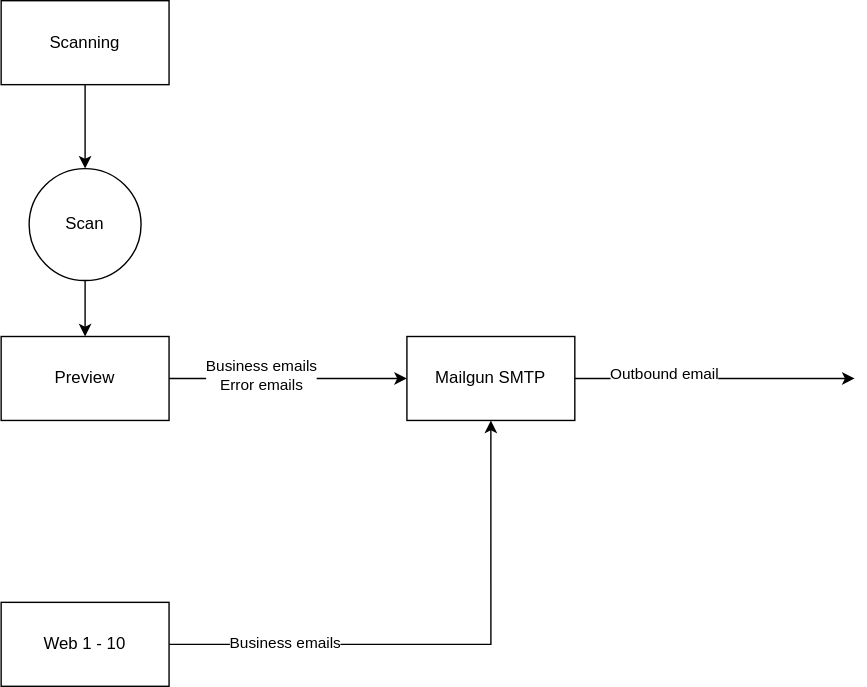
Earlier version of the draw.io export mailgununderstanding.svg (vjavle/invoicecloud). Source tidied: cells renumbered, new cells last; positions are measured from the earlier drawing's top-left corner, leaving out a move shared by most shapes.
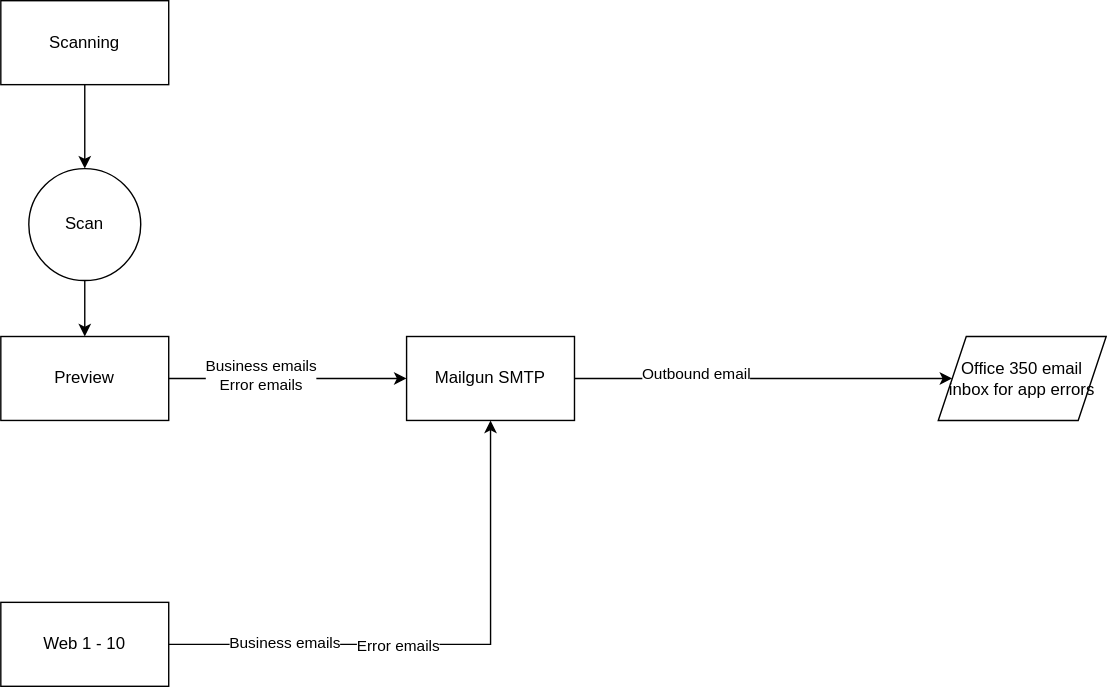
After the commit.

Diff of the diagram source:
```diff
@@ -17,6 +17,9 @@
     <mxCell id="6" value="Business emails" style="edgeLabel;html=1;align=center;verticalAlign=middle;" parent="5" vertex="1">
       <mxGeometry x="-0.58" y="1" relative="1" as="geometry" />
     </mxCell>
+    <mxCell id="15" value="Error emails" style="edgeLabel;html=1;align=center;verticalAlign=middle;" parent="5" vertex="1">
+      <mxGeometry x="-0.16" y="-1" relative="1" as="geometry" />
+    </mxCell>
     <mxCell id="7" value="Web 1 - 10" style="rounded=0;whiteSpace=wrap;html=1;" parent="1" vertex="1">
       <mxGeometry y="430" width="120" height="60" as="geometry" />
     </mxCell>
@@ -26,10 +29,8 @@
     <mxCell id="9" value="Scanning" style="rounded=0;whiteSpace=wrap;html=1;" parent="1" vertex="1">
       <mxGeometry width="120" height="60" as="geometry" />
     </mxCell>
-    <mxCell id="10" style="edgeStyle=orthogonalEdgeStyle;rounded=0;jettySize=auto;html=1;" parent="1" edge="1" source="12">
-      <mxGeometry relative="1" as="geometry">
-        <mxPoint x="610" y="270" as="targetPoint" />
-      </mxGeometry>
+    <mxCell id="10" style="edgeStyle=orthogonalEdgeStyle;rounded=0;jettySize=auto;html=1;" parent="1" edge="1" source="12" target="16">
+      <mxGeometry relative="1" as="geometry" />
     </mxCell>
     <mxCell id="11" value="Outbound email" style="edgeLabel;html=1;align=center;verticalAlign=middle;" parent="10" vertex="1">
       <mxGeometry x="-0.36" y="3" relative="1" as="geometry" />
@@ -43,5 +44,8 @@
     <mxCell id="14" value="Scan" style="ellipse;whiteSpace=wrap;html=1;" parent="1" vertex="1">
       <mxGeometry x="20" y="120" width="80" height="80" as="geometry" />
     </mxCell>
+    <mxCell id="16" value="Office 350 email inbox for app errors" style="shape=parallelogram;perimeter=parallelogramPerimeter;whiteSpace=wrap;html=1;fixedSize=1;" parent="1" vertex="1">
+      <mxGeometry x="670" y="240" width="120" height="60" as="geometry" />
+    </mxCell>
   </root>
 </mxGraphModel>
```
